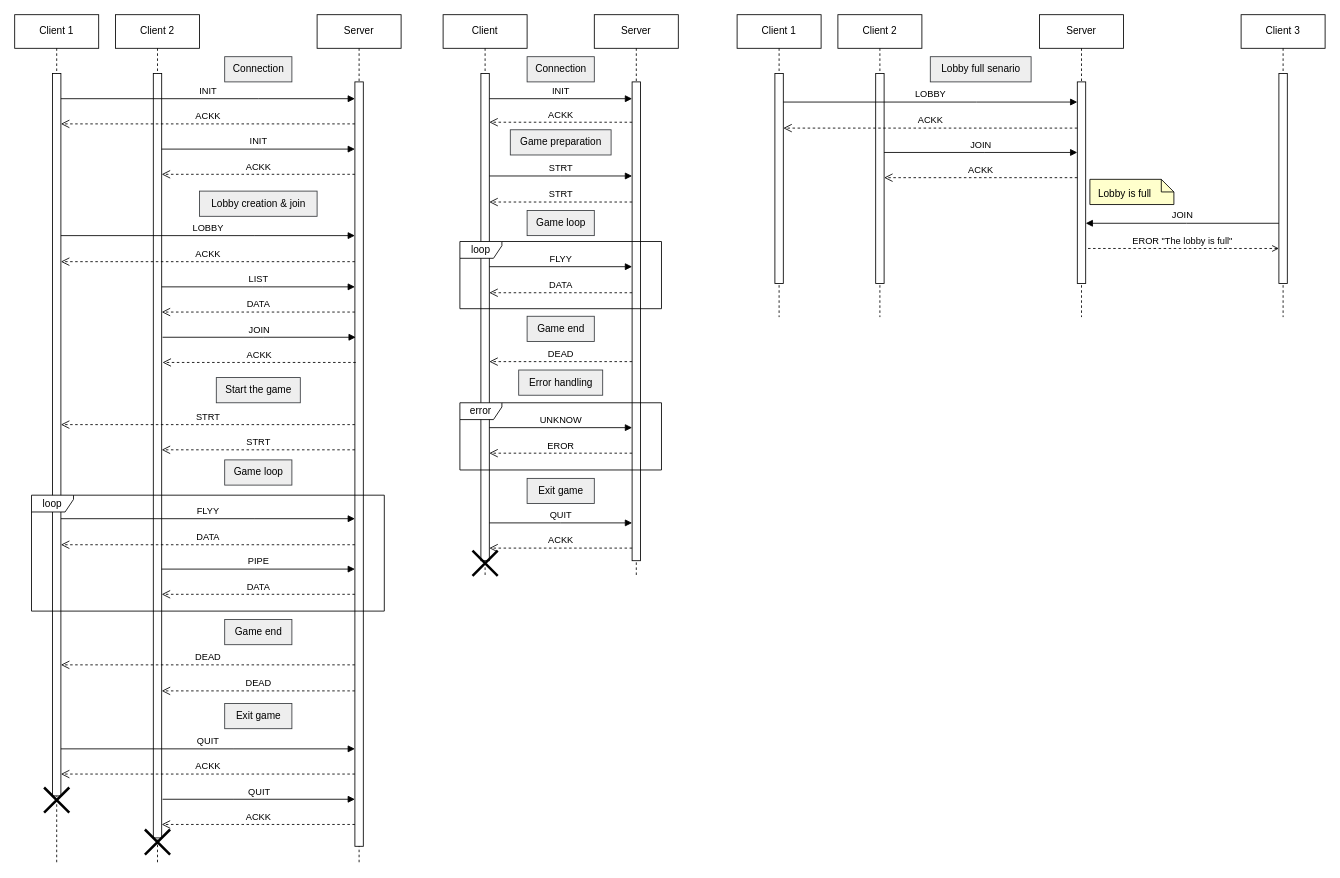
This is docs/DiagramSequence.drawio from Forestierr/dai-flappy-bird, a draw.io file, before an edit. Source tidied: cells renumbered, new cells numbered last; positions are measured from the earlier drawing's top-left corner, leaving out a move shared by most shapes. Both pictures are drawn from the tidied source at 84%, with x=0, y=0 at pixel (14, 14).
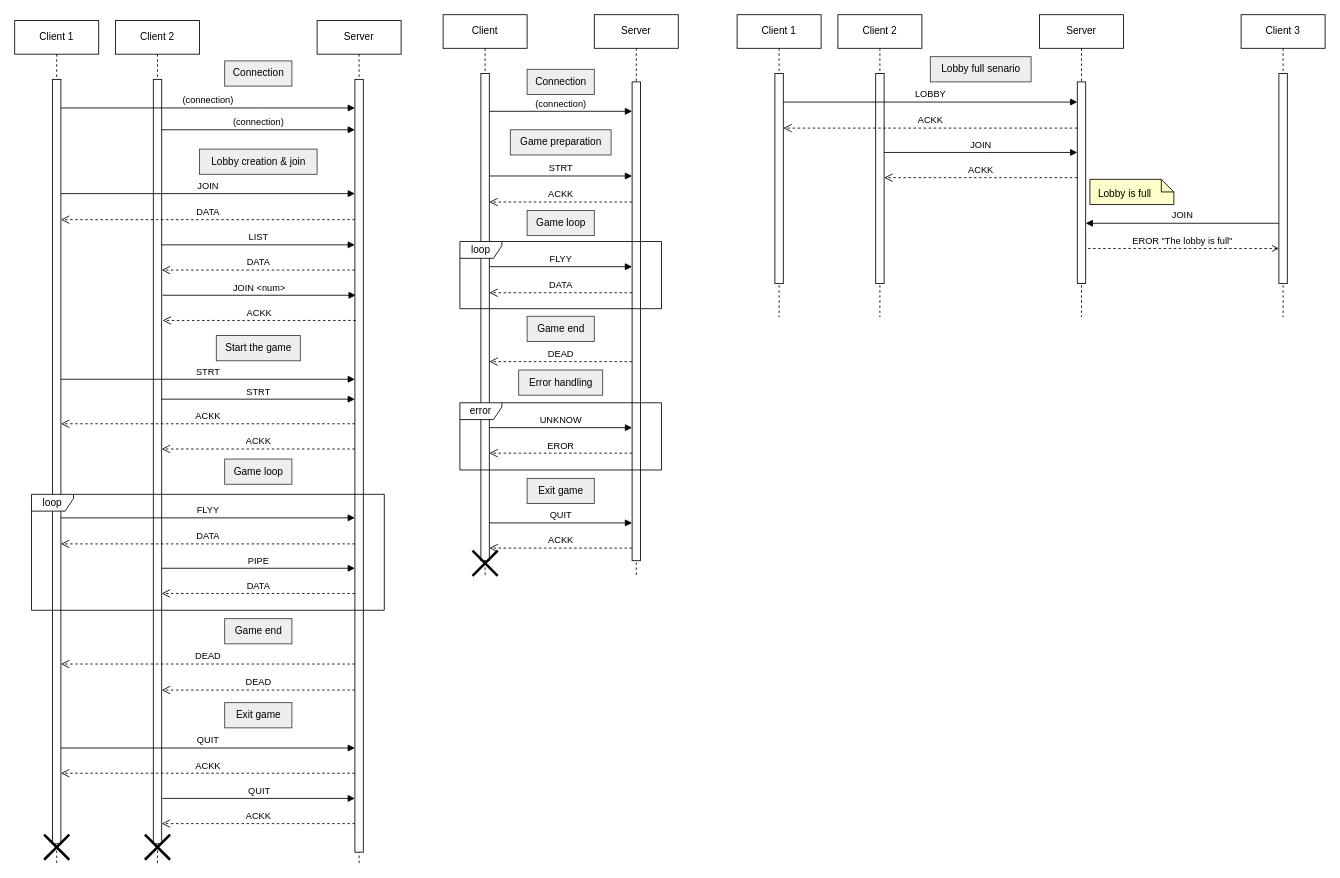
The same diagram, later.

Commit message (it also covers changes not shown here):
Update diagramm and remove commande PING

The change refers to these unchanged cells:
```xml
<mxCell id="30" style="html=1;points=[];perimeter=orthogonalPerimeter;outlineConnect=0;targetShapes=umlLifeline;portConstraint=eastwest;newEdgeStyle={&quot;edgeStyle&quot;:&quot;elbowEdgeStyle&quot;,&quot;elbow&quot;:&quot;vertical&quot;,&quot;curved&quot;:0,&quot;rounded&quot;:0};" parent="29" vertex="1">
  <mxGeometry x="45" y="70" width="10" height="910" as="geometry" />
</mxCell>
```

The edit, as a diff of the source:
```diff
@@
-    <mxCell id="7" value="INIT" style="html=1;verticalAlign=bottom;endArrow=block;edgeStyle=elbowEdgeStyle;elbow=vertical;curved=0;rounded=0;" parent="1" edge="1">
+    <mxCell id="7" value="(connection)" style="html=1;verticalAlign=bottom;endArrow=block;edgeStyle=elbowEdgeStyle;elbow=horizontal;curved=0;rounded=0;" parent="1" edge="1">
       <mxGeometry relative="1" as="geometry">
-        <mxPoint x="565" y="100" as="sourcePoint" />
-        <mxPoint x="735" y="100" as="targetPoint" />
+        <mxPoint x="565" y="115" as="sourcePoint" />
+        <mxPoint x="735" y="115" as="targetPoint" />
         <Array as="points">
-          <mxPoint x="650" y="100" />
+          <mxPoint x="650" y="115" />
         </Array>
       </mxGeometry>
     </mxCell>
     <mxCell id="8" value="Connection" style="text;html=1;align=center;verticalAlign=middle;strokeColor=#36393d;fillColor=#eeeeee;" parent="1" vertex="1">
-      <mxGeometry x="610" y="50" width="80" height="30" as="geometry" />
+      <mxGeometry x="610" y="65" width="80" height="30" as="geometry" />
     </mxCell>
-    <mxCell id="9" value="ACKK" style="html=1;verticalAlign=bottom;endArrow=open;dashed=1;endSize=8;edgeStyle=elbowEdgeStyle;elbow=vertical;curved=0;rounded=0;" parent="1" edge="1">
-      <mxGeometry relative="1" as="geometry">
-        <mxPoint x="735" y="128" as="sourcePoint" />
-        <mxPoint x="565" y="128" as="targetPoint" />
-        <Array as="points">
-          <mxPoint x="660" y="128" />
-        </Array>
-      </mxGeometry>
-    </mxCell>
@@
-    <mxCell id="12" value="STRT" style="html=1;verticalAlign=bottom;endArrow=open;dashed=1;endSize=8;edgeStyle=elbowEdgeStyle;elbow=vertical;curved=0;rounded=0;" parent="1" edge="1">
+    <mxCell id="12" value="ACKK" style="html=1;verticalAlign=bottom;endArrow=open;dashed=1;endSize=8;edgeStyle=elbowEdgeStyle;elbow=horizontal;curved=0;rounded=0;" parent="1" edge="1">
       <mxGeometry relative="1" as="geometry">
         <mxPoint x="735" y="223" as="sourcePoint" />
         <mxPoint x="565" y="223" as="targetPoint" />
         <Array as="points">
           <mxPoint x="660" y="223" />
         </Array>
       </mxGeometry>
     </mxCell>
@@
     <mxCell id="26" value="Client 1" style="shape=umlLifeline;perimeter=lifelinePerimeter;whiteSpace=wrap;html=1;newEdgeStyle={&quot;edgeStyle&quot;:&quot;elbowEdgeStyle&quot;,&quot;elbow&quot;:&quot;vertical&quot;,&quot;curved&quot;:0,&quot;rounded&quot;:0};" parent="1" vertex="1">
-      <mxGeometry width="100" height="1010" as="geometry" />
+      <mxGeometry y="7" width="100" height="1003" as="geometry" />
     </mxCell>
     <mxCell id="27" style="html=1;points=[];perimeter=orthogonalPerimeter;outlineConnect=0;targetShapes=umlLifeline;portConstraint=eastwest;newEdgeStyle={&quot;edgeStyle&quot;:&quot;elbowEdgeStyle&quot;,&quot;elbow&quot;:&quot;vertical&quot;,&quot;curved&quot;:0,&quot;rounded&quot;:0};" parent="26" vertex="1">
-      <mxGeometry x="45" y="70" width="10" height="860" as="geometry" />
+      <mxGeometry x="45" y="70" width="10" height="910" as="geometry" />
     </mxCell>
     <mxCell id="28" style="shape=umlDestroy;whiteSpace=wrap;html=1;strokeWidth=3;targetShapes=umlLifeline;" parent="26" vertex="1">
-      <mxGeometry x="35" y="920" width="30" height="30" as="geometry" />
+      <mxGeometry x="35" y="969" width="30" height="30" as="geometry" />
     </mxCell>
     <mxCell id="29" value="Client 2" style="shape=umlLifeline;perimeter=lifelinePerimeter;whiteSpace=wrap;html=1;newEdgeStyle={&quot;edgeStyle&quot;:&quot;elbowEdgeStyle&quot;,&quot;elbow&quot;:&quot;vertical&quot;,&quot;curved&quot;:0,&quot;rounded&quot;:0};" parent="1" vertex="1">
-      <mxGeometry x="120" width="100" height="1010" as="geometry" />
+      <mxGeometry x="120" y="7" width="100" height="1003" as="geometry" />
     </mxCell>
@@
     <mxCell id="31" style="shape=umlDestroy;whiteSpace=wrap;html=1;strokeWidth=3;targetShapes=umlLifeline;" parent="29" vertex="1">
-      <mxGeometry x="35" y="970" width="30" height="30" as="geometry" />
+      <mxGeometry x="35" y="969" width="30" height="30" as="geometry" />
     </mxCell>
     <mxCell id="32" value="Server" style="shape=umlLifeline;perimeter=lifelinePerimeter;whiteSpace=wrap;html=1;newEdgeStyle={&quot;edgeStyle&quot;:&quot;elbowEdgeStyle&quot;,&quot;elbow&quot;:&quot;vertical&quot;,&quot;curved&quot;:0,&quot;rounded&quot;:0};" parent="1" vertex="1">
-      <mxGeometry x="360" width="100" height="1010" as="geometry" />
+      <mxGeometry x="360" y="7" width="100" height="1003" as="geometry" />
     </mxCell>
     <mxCell id="33" style="html=1;points=[];perimeter=orthogonalPerimeter;outlineConnect=0;targetShapes=umlLifeline;portConstraint=eastwest;newEdgeStyle={&quot;edgeStyle&quot;:&quot;elbowEdgeStyle&quot;,&quot;elbow&quot;:&quot;vertical&quot;,&quot;curved&quot;:0,&quot;rounded&quot;:0};" parent="32" vertex="1">
-      <mxGeometry x="45" y="80" width="10" height="910" as="geometry" />
+      <mxGeometry x="45" y="70" width="10" height="920" as="geometry" />
     </mxCell>
     <mxCell id="34" value="Connection" style="text;html=1;align=center;verticalAlign=middle;strokeColor=#36393d;fillColor=#eeeeee;" parent="1" vertex="1">
-      <mxGeometry x="250" y="50" width="80" height="30" as="geometry" />
+      <mxGeometry x="250" y="55" width="80" height="30" as="geometry" />
     </mxCell>
-    <mxCell id="35" value="INIT" style="html=1;verticalAlign=bottom;endArrow=block;edgeStyle=elbowEdgeStyle;elbow=vertical;curved=0;rounded=0;" parent="1" edge="1" source="27" target="33">
+    <mxCell id="35" value="(connection)" style="html=1;verticalAlign=bottom;endArrow=block;edgeStyle=elbowEdgeStyle;elbow=vertical;curved=0;rounded=0;" parent="1" edge="1">
       <mxGeometry relative="1" as="geometry">
+        <mxPoint x="55" y="111" as="sourcePoint" />
+        <mxPoint x="405" y="111" as="targetPoint" />
         <Array as="points">
-          <mxPoint x="290" y="100" />
+          <mxPoint x="290" y="111" />
         </Array>
       </mxGeometry>
     </mxCell>
-    <mxCell id="36" value="ACKK" style="html=1;verticalAlign=bottom;endArrow=open;dashed=1;endSize=8;edgeStyle=elbowEdgeStyle;elbow=vertical;curved=0;rounded=0;" parent="1" edge="1" source="33" target="27">
-      <mxGeometry relative="1" as="geometry">
-        <Array as="points">
-          <mxPoint x="315" y="130" />
-        </Array>
-      </mxGeometry>
-    </mxCell>
-    <mxCell id="37" value="INIT" style="html=1;verticalAlign=bottom;endArrow=block;edgeStyle=elbowEdgeStyle;elbow=vertical;curved=0;rounded=0;" parent="1" edge="1" source="30" target="33">
+    <mxCell id="37" value="(connection)" style="html=1;verticalAlign=bottom;endArrow=block;edgeStyle=elbowEdgeStyle;elbow=horizontal;curved=0;rounded=0;" parent="1" edge="1">
       <mxGeometry relative="1" as="geometry">
+        <mxPoint x="175" y="137" as="sourcePoint" />
+        <mxPoint x="405" y="137" as="targetPoint" />
         <Array as="points">
-          <mxPoint x="295" y="160" />
+          <mxPoint x="295" y="137" />
         </Array>
       </mxGeometry>
     </mxCell>
-    <mxCell id="38" value="ACKK" style="html=1;verticalAlign=bottom;endArrow=open;dashed=1;endSize=8;edgeStyle=elbowEdgeStyle;elbow=vertical;curved=0;rounded=0;" parent="1" edge="1" source="33" target="30">
-      <mxGeometry relative="1" as="geometry">
-        <Array as="points">
-          <mxPoint x="310" y="190" />
-        </Array>
-      </mxGeometry>
-    </mxCell>
     <mxCell id="39" value="Lobby creation &amp;amp; join" style="text;html=1;align=center;verticalAlign=middle;strokeColor=#36393d;fillColor=#eeeeee;" parent="1" vertex="1">
-      <mxGeometry x="220" y="210" width="140" height="30" as="geometry" />
+      <mxGeometry x="220" y="160" width="140" height="30" as="geometry" />
     </mxCell>
-    <mxCell id="40" value="LOBBY" style="html=1;verticalAlign=bottom;endArrow=block;edgeStyle=elbowEdgeStyle;elbow=vertical;curved=0;rounded=0;" parent="1" edge="1">
+    <mxCell id="40" value="JOIN" style="html=1;verticalAlign=bottom;endArrow=block;edgeStyle=elbowEdgeStyle;elbow=vertical;curved=0;rounded=0;" parent="1" edge="1">
       <mxGeometry relative="1" as="geometry">
-        <mxPoint x="55" y="263" as="sourcePoint" />
-        <mxPoint x="405" y="263" as="targetPoint" />
+        <mxPoint x="55" y="213" as="sourcePoint" />
+        <mxPoint x="405" y="213" as="targetPoint" />
         <Array as="points">
-          <mxPoint x="285" y="263" />
+          <mxPoint x="285" y="213" />
         </Array>
       </mxGeometry>
     </mxCell>
-    <mxCell id="41" value="ACKK" style="html=1;verticalAlign=bottom;endArrow=open;dashed=1;endSize=8;edgeStyle=elbowEdgeStyle;elbow=vertical;curved=0;rounded=0;" parent="1" edge="1">
+    <mxCell id="41" value="DATA" style="html=1;verticalAlign=bottom;endArrow=open;dashed=1;endSize=8;edgeStyle=elbowEdgeStyle;elbow=vertical;curved=0;rounded=0;" parent="1" edge="1">
       <mxGeometry relative="1" as="geometry">
-        <mxPoint x="405" y="294" as="sourcePoint" />
-        <mxPoint x="55" y="294" as="targetPoint" />
+        <mxPoint x="405" y="244" as="sourcePoint" />
+        <mxPoint x="55" y="244" as="targetPoint" />
         <Array as="points">
-          <mxPoint x="310" y="294" />
+          <mxPoint x="310" y="244" />
         </Array>
       </mxGeometry>
     </mxCell>
     <mxCell id="42" value="LIST" style="html=1;verticalAlign=bottom;endArrow=block;edgeStyle=elbowEdgeStyle;elbow=vertical;curved=0;rounded=0;" parent="1" edge="1">
       <mxGeometry relative="1" as="geometry">
-        <mxPoint x="175" y="324" as="sourcePoint" />
-        <mxPoint x="405" y="324" as="targetPoint" />
+        <mxPoint x="175" y="274" as="sourcePoint" />
+        <mxPoint x="405" y="274" as="targetPoint" />
         <Array as="points">
-          <mxPoint x="295" y="324" />
+          <mxPoint x="295" y="274" />
         </Array>
       </mxGeometry>
     </mxCell>
     <mxCell id="43" value="DATA" style="html=1;verticalAlign=bottom;endArrow=open;dashed=1;endSize=8;edgeStyle=elbowEdgeStyle;elbow=vertical;curved=0;rounded=0;" parent="1" edge="1">
       <mxGeometry relative="1" as="geometry">
-        <mxPoint x="405" y="354" as="sourcePoint" />
-        <mxPoint x="175" y="354" as="targetPoint" />
+        <mxPoint x="405" y="304" as="sourcePoint" />
+        <mxPoint x="175" y="304" as="targetPoint" />
         <Array as="points">
-          <mxPoint x="310" y="354" />
+          <mxPoint x="310" y="304" />
         </Array>
       </mxGeometry>
     </mxCell>
-    <mxCell id="44" value="JOIN" style="html=1;verticalAlign=bottom;endArrow=block;edgeStyle=elbowEdgeStyle;elbow=vertical;curved=0;rounded=0;" parent="1" edge="1">
+    <mxCell id="44" value="JOIN &amp;lt;num&amp;gt;" style="html=1;verticalAlign=bottom;endArrow=block;edgeStyle=elbowEdgeStyle;elbow=horizontal;curved=0;rounded=0;" parent="1" edge="1">
       <mxGeometry relative="1" as="geometry">
-        <mxPoint x="176" y="384" as="sourcePoint" />
-        <mxPoint x="406" y="384" as="targetPoint" />
+        <mxPoint x="176" y="334" as="sourcePoint" />
+        <mxPoint x="406" y="334" as="targetPoint" />
         <Array as="points">
-          <mxPoint x="296" y="384" />
+          <mxPoint x="296" y="334" />
         </Array>
       </mxGeometry>
     </mxCell>
     <mxCell id="45" value="ACKK" style="html=1;verticalAlign=bottom;endArrow=open;dashed=1;endSize=8;edgeStyle=elbowEdgeStyle;elbow=vertical;curved=0;rounded=0;" parent="1" edge="1">
       <mxGeometry relative="1" as="geometry">
-        <mxPoint x="406" y="414" as="sourcePoint" />
-        <mxPoint x="176" y="414" as="targetPoint" />
+        <mxPoint x="406" y="364" as="sourcePoint" />
+        <mxPoint x="176" y="364" as="targetPoint" />
         <Array as="points">
-          <mxPoint x="311" y="414" />
+          <mxPoint x="311" y="364" />
         </Array>
       </mxGeometry>
     </mxCell>
-    <mxCell id="46" value="STRT" style="html=1;verticalAlign=bottom;endArrow=open;dashed=1;endSize=8;edgeStyle=elbowEdgeStyle;elbow=vertical;curved=0;rounded=0;" parent="1" edge="1">
+    <mxCell id="46" value="ACKK" style="html=1;verticalAlign=bottom;endArrow=open;dashed=1;endSize=8;edgeStyle=elbowEdgeStyle;elbow=vertical;curved=0;rounded=0;" parent="1" edge="1">
       <mxGeometry relative="1" as="geometry">
-        <mxPoint x="405" y="488" as="sourcePoint" />
-        <mxPoint x="55" y="488" as="targetPoint" />
+        <mxPoint x="405" y="487" as="sourcePoint" />
+        <mxPoint x="55" y="487" as="targetPoint" />
         <Array as="points">
-          <mxPoint x="310" y="488" />
+          <mxPoint x="310" y="487" />
         </Array>
       </mxGeometry>
     </mxCell>
-    <mxCell id="47" value="STRT" style="html=1;verticalAlign=bottom;endArrow=open;dashed=1;endSize=8;edgeStyle=elbowEdgeStyle;elbow=vertical;curved=0;rounded=0;" parent="1" edge="1">
+    <mxCell id="47" value="ACKK" style="html=1;verticalAlign=bottom;endArrow=open;dashed=1;endSize=8;edgeStyle=elbowEdgeStyle;elbow=vertical;curved=0;rounded=0;" parent="1" edge="1">
       <mxGeometry relative="1" as="geometry">
-        <mxPoint x="405" y="518" as="sourcePoint" />
-        <mxPoint x="175" y="518" as="targetPoint" />
+        <mxPoint x="405" y="517" as="sourcePoint" />
+        <mxPoint x="175" y="517" as="targetPoint" />
         <Array as="points">
-          <mxPoint x="310" y="518" />
+          <mxPoint x="310" y="517" />
         </Array>
       </mxGeometry>
     </mxCell>
     <mxCell id="48" value="Start the game" style="text;html=1;align=center;verticalAlign=middle;strokeColor=#36393d;fillColor=#eeeeee;" parent="1" vertex="1">
-      <mxGeometry x="240" y="432" width="100" height="30" as="geometry" />
+      <mxGeometry x="240" y="382" width="100" height="30" as="geometry" />
     </mxCell>
     <mxCell id="49" value="Game loop" style="text;html=1;align=center;verticalAlign=middle;strokeColor=#36393d;fillColor=#eeeeee;" parent="1" vertex="1">
-      <mxGeometry x="250" y="530" width="80" height="30" as="geometry" />
+      <mxGeometry x="250" y="529" width="80" height="30" as="geometry" />
     </mxCell>
     <mxCell id="50" value="loop" style="shape=umlFrame;whiteSpace=wrap;html=1;width=50;height=20;" parent="1" vertex="1">
-      <mxGeometry x="20" y="572" width="420" height="138" as="geometry" />
+      <mxGeometry x="20" y="571" width="420" height="138" as="geometry" />
     </mxCell>
     <mxCell id="51" value="FLYY" style="html=1;verticalAlign=bottom;endArrow=block;edgeStyle=elbowEdgeStyle;elbow=vertical;curved=0;rounded=0;" parent="1" edge="1">
       <mxGeometry relative="1" as="geometry">
-        <mxPoint x="55" y="600" as="sourcePoint" />
-        <mxPoint x="405" y="600" as="targetPoint" />
+        <mxPoint x="55" y="599" as="sourcePoint" />
+        <mxPoint x="405" y="599" as="targetPoint" />
         <Array as="points">
-          <mxPoint x="285" y="600" />
+          <mxPoint x="285" y="599" />
         </Array>
       </mxGeometry>
     </mxCell>
     <mxCell id="52" value="DATA" style="html=1;verticalAlign=bottom;endArrow=open;dashed=1;endSize=8;edgeStyle=elbowEdgeStyle;elbow=vertical;curved=0;rounded=0;" parent="1" edge="1">
       <mxGeometry relative="1" as="geometry">
-        <mxPoint x="405" y="631" as="sourcePoint" />
-        <mxPoint x="55" y="631" as="targetPoint" />
+        <mxPoint x="405" y="630" as="sourcePoint" />
+        <mxPoint x="55" y="630" as="targetPoint" />
         <Array as="points">
-          <mxPoint x="310" y="631" />
+          <mxPoint x="310" y="630" />
         </Array>
       </mxGeometry>
     </mxCell>
-    <mxCell id="53" value="PIPE" style="html=1;verticalAlign=bottom;endArrow=block;edgeStyle=elbowEdgeStyle;elbow=horizontal;curved=0;rounded=0;" parent="1" edge="1" source="30">
+    <mxCell id="53" value="PIPE" style="html=1;verticalAlign=bottom;endArrow=block;edgeStyle=elbowEdgeStyle;elbow=horizontal;curved=0;rounded=0;" parent="1" edge="1">
       <mxGeometry relative="1" as="geometry">
-        <mxPoint x="405" y="660" as="targetPoint" />
+        <mxPoint x="175" y="659" as="sourcePoint" />
+        <mxPoint x="405" y="659" as="targetPoint" />
         <Array as="points">
-          <mxPoint x="285" y="660" />
+          <mxPoint x="285" y="659" />
         </Array>
       </mxGeometry>
     </mxCell>
-    <mxCell id="54" value="DATA" style="html=1;verticalAlign=bottom;endArrow=open;dashed=1;endSize=8;edgeStyle=elbowEdgeStyle;elbow=vertical;curved=0;rounded=0;" parent="1" edge="1" target="30">
+    <mxCell id="54" value="DATA" style="html=1;verticalAlign=bottom;endArrow=open;dashed=1;endSize=8;edgeStyle=elbowEdgeStyle;elbow=vertical;curved=0;rounded=0;" parent="1" edge="1">
       <mxGeometry relative="1" as="geometry">
-        <mxPoint x="405" y="690" as="sourcePoint" />
+        <mxPoint x="405" y="689" as="sourcePoint" />
+        <mxPoint x="175" y="689" as="targetPoint" />
         <Array as="points">
-          <mxPoint x="310" y="690" />
+          <mxPoint x="310" y="689" />
         </Array>
       </mxGeometry>
     </mxCell>
     <mxCell id="55" value="Game end" style="text;html=1;align=center;verticalAlign=middle;strokeColor=#36393d;fillColor=#eeeeee;" parent="1" vertex="1">
-      <mxGeometry x="250" y="720" width="80" height="30" as="geometry" />
+      <mxGeometry x="250" y="719" width="80" height="30" as="geometry" />
     </mxCell>
-    <mxCell id="56" value="DEAD" style="html=1;verticalAlign=bottom;endArrow=open;dashed=1;endSize=8;edgeStyle=elbowEdgeStyle;elbow=vertical;curved=0;rounded=0;" parent="1" edge="1" source="33" target="27">
+    <mxCell id="56" value="DEAD" style="html=1;verticalAlign=bottom;endArrow=open;dashed=1;endSize=8;edgeStyle=elbowEdgeStyle;elbow=vertical;curved=0;rounded=0;" parent="1" edge="1">
       <mxGeometry relative="1" as="geometry">
+        <mxPoint x="405" y="773" as="sourcePoint" />
+        <mxPoint x="55" y="773" as="targetPoint" />
         <Array as="points">
-          <mxPoint x="327" y="774" />
+          <mxPoint x="327" y="773" />
         </Array>
       </mxGeometry>
     </mxCell>
-    <mxCell id="57" value="DEAD" style="html=1;verticalAlign=bottom;endArrow=open;dashed=1;endSize=8;edgeStyle=elbowEdgeStyle;elbow=vertical;curved=0;rounded=0;" parent="1" edge="1" target="30">
+    <mxCell id="57" value="DEAD" style="html=1;verticalAlign=bottom;endArrow=open;dashed=1;endSize=8;edgeStyle=elbowEdgeStyle;elbow=vertical;curved=0;rounded=0;" parent="1" edge="1">
       <mxGeometry relative="1" as="geometry">
-        <mxPoint x="405" y="805" as="sourcePoint" />
+        <mxPoint x="405" y="804" as="sourcePoint" />
+        <mxPoint x="175" y="804" as="targetPoint" />
         <Array as="points">
-          <mxPoint x="327" y="805" />
+          <mxPoint x="327" y="804" />
         </Array>
       </mxGeometry>
     </mxCell>
     <mxCell id="58" value="QUIT" style="html=1;verticalAlign=bottom;endArrow=block;edgeStyle=elbowEdgeStyle;elbow=vertical;curved=0;rounded=0;" parent="1" edge="1">
       <mxGeometry relative="1" as="geometry">
-        <mxPoint x="176" y="934" as="sourcePoint" />
-        <mxPoint x="405" y="934" as="targetPoint" />
+        <mxPoint x="176" y="933" as="sourcePoint" />
+        <mxPoint x="405" y="933" as="targetPoint" />
         <Array as="points">
-          <mxPoint x="261" y="934" />
+          <mxPoint x="261" y="933" />
         </Array>
       </mxGeometry>
     </mxCell>
     <mxCell id="59" value="ACKK" style="html=1;verticalAlign=bottom;endArrow=open;dashed=1;endSize=8;edgeStyle=elbowEdgeStyle;elbow=vertical;curved=0;rounded=0;" parent="1" edge="1">
       <mxGeometry relative="1" as="geometry">
-        <mxPoint x="405" y="964" as="sourcePoint" />
-        <mxPoint x="175" y="964" as="targetPoint" />
+        <mxPoint x="405" y="963" as="sourcePoint" />
+        <mxPoint x="175" y="963" as="targetPoint" />
         <Array as="points">
-          <mxPoint x="295" y="964" />
+          <mxPoint x="295" y="963" />
         </Array>
       </mxGeometry>
     </mxCell>
     <mxCell id="60" value="Exit game" style="text;html=1;align=center;verticalAlign=middle;strokeColor=#36393d;fillColor=#eeeeee;" parent="1" vertex="1">
-      <mxGeometry x="250" y="820" width="80" height="30" as="geometry" />
+      <mxGeometry x="250" y="819" width="80" height="30" as="geometry" />
     </mxCell>
-    <mxCell id="61" value="QUIT" style="html=1;verticalAlign=bottom;endArrow=block;edgeStyle=elbowEdgeStyle;elbow=vertical;curved=0;rounded=0;" parent="1" edge="1" source="27">
+    <mxCell id="61" value="QUIT" style="html=1;verticalAlign=bottom;endArrow=block;edgeStyle=elbowEdgeStyle;elbow=vertical;curved=0;rounded=0;" parent="1" edge="1">
       <mxGeometry relative="1" as="geometry">
-        <mxPoint x="405" y="874" as="targetPoint" />
+        <mxPoint x="55" y="873" as="sourcePoint" />
+        <mxPoint x="405" y="873" as="targetPoint" />
         <Array as="points">
-          <mxPoint x="261" y="874" />
+          <mxPoint x="261" y="873" />
         </Array>
       </mxGeometry>
     </mxCell>
-    <mxCell id="62" value="ACKK" style="html=1;verticalAlign=bottom;endArrow=open;dashed=1;endSize=8;edgeStyle=elbowEdgeStyle;elbow=vertical;curved=0;rounded=0;" parent="1" edge="1" target="27">
+    <mxCell id="62" value="ACKK" style="html=1;verticalAlign=bottom;endArrow=open;dashed=1;endSize=8;edgeStyle=elbowEdgeStyle;elbow=vertical;curved=0;rounded=0;" parent="1" edge="1">
       <mxGeometry relative="1" as="geometry">
-        <mxPoint x="405" y="904" as="sourcePoint" />
+        <mxPoint x="405" y="903" as="sourcePoint" />
+        <mxPoint x="55" y="903" as="targetPoint" />
         <Array as="points">
-          <mxPoint x="295" y="904" />
+          <mxPoint x="295" y="903" />
         </Array>
       </mxGeometry>
     </mxCell>
@@
+    <mxCell id="79" value="STRT" style="html=1;verticalAlign=bottom;endArrow=block;edgeStyle=elbowEdgeStyle;elbow=vertical;curved=0;rounded=0;" parent="1" edge="1" target="33">
+      <mxGeometry relative="1" as="geometry">
+        <mxPoint x="55" y="434" as="sourcePoint" />
+        <Array as="points">
+          <mxPoint x="140" y="434" />
+        </Array>
+      </mxGeometry>
+    </mxCell>
+    <mxCell id="80" value="STRT" style="html=1;verticalAlign=bottom;endArrow=block;edgeStyle=elbowEdgeStyle;elbow=vertical;curved=0;rounded=0;" parent="1" edge="1" target="33">
+      <mxGeometry relative="1" as="geometry">
+        <mxPoint x="175" y="457.7" as="sourcePoint" />
+        <Array as="points">
+          <mxPoint x="260" y="457.7" />
+        </Array>
+      </mxGeometry>
+    </mxCell>
```
